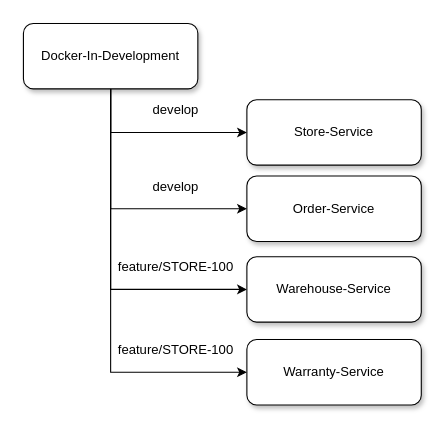
Romanow/docker-in-development keeps this draw.io diagram as images/Git Submodules.drawio. Above is the earlier version. Source tidied: cells renumbered, new cells numbered last; positions are measured from the earlier drawing's top-left corner, leaving out a move shared by most shapes. Both pictures are drawn from the tidied source at 109%, with x=0, y=0 at pixel (23, 23).
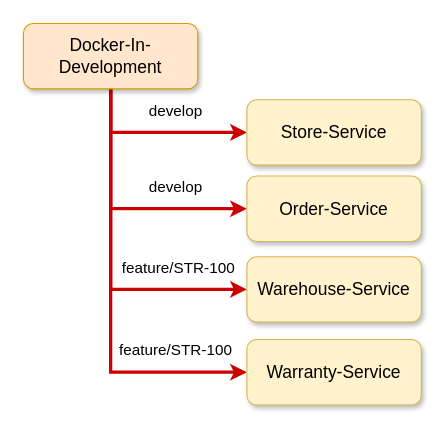
The same page after the edit.

The edit, as a diff of the source:
```diff
@@
-    <mxCell id="2" style="edgeStyle=orthogonalEdgeStyle;rounded=0;jettySize=auto;html=1;entryX=0;entryY=0.5;entryDx=0;entryDy=0;shadow=0;" parent="1" edge="1" source="6" target="7">
+    <mxCell id="2" style="edgeStyle=orthogonalEdgeStyle;rounded=0;jettySize=auto;html=1;entryX=0;entryY=0.5;entryDx=0;entryDy=0;shadow=0;strokeWidth=3;strokeColor=#CC0000;" parent="1" edge="1" source="6" target="7">
       <mxGeometry relative="1" as="geometry">
         <Array as="points">
           <mxPoint x="80" y="100" />
         </Array>
       </mxGeometry>
     </mxCell>
-    <mxCell id="3" style="edgeStyle=orthogonalEdgeStyle;rounded=0;jettySize=auto;html=1;entryX=0;entryY=0.5;entryDx=0;entryDy=0;shadow=0;" parent="1" edge="1" source="6" target="8">
+    <mxCell id="3" style="edgeStyle=orthogonalEdgeStyle;rounded=0;jettySize=auto;html=1;entryX=0;entryY=0.5;entryDx=0;entryDy=0;shadow=0;strokeWidth=3;strokeColor=#CC0000;" parent="1" edge="1" source="6" target="8">
       <mxGeometry relative="1" as="geometry">
         <Array as="points">
           <mxPoint x="80" y="170" />
         </Array>
       </mxGeometry>
     </mxCell>
-    <mxCell id="4" style="edgeStyle=orthogonalEdgeStyle;rounded=0;jettySize=auto;html=1;entryX=0;entryY=0.5;entryDx=0;entryDy=0;shadow=0;" parent="1" edge="1" source="6" target="9">
+    <mxCell id="4" style="edgeStyle=orthogonalEdgeStyle;rounded=0;jettySize=auto;html=1;entryX=0;entryY=0.5;entryDx=0;entryDy=0;shadow=0;strokeWidth=3;strokeColor=#CC0000;" parent="1" edge="1" source="6" target="9">
       <mxGeometry relative="1" as="geometry">
         <Array as="points">
           <mxPoint x="80" y="244" />
         </Array>
       </mxGeometry>
     </mxCell>
-    <mxCell id="5" style="edgeStyle=orthogonalEdgeStyle;rounded=0;jettySize=auto;html=1;entryX=0;entryY=0.5;entryDx=0;entryDy=0;shadow=0;" parent="1" edge="1" source="6" target="10">
+    <mxCell id="5" style="edgeStyle=orthogonalEdgeStyle;rounded=0;jettySize=auto;html=1;entryX=0;entryY=0.5;entryDx=0;entryDy=0;shadow=0;strokeWidth=3;strokeColor=#CC0000;" parent="1" edge="1" source="6" target="10">
       <mxGeometry relative="1" as="geometry">
         <Array as="points">
           <mxPoint x="80" y="320" />
           <mxPoint x="205" y="320" />
         </Array>
       </mxGeometry>
     </mxCell>
-    <mxCell id="6" value="Docker-In-Development" style="rounded=1;whiteSpace=wrap;html=1;shadow=1;" parent="1" vertex="1">
+    <mxCell id="6" value="Docker-In-Development" style="rounded=1;whiteSpace=wrap;html=1;shadow=1;fontSize=16;fillColor=#ffe6cc;strokeColor=#d79b00;" parent="1" vertex="1">
       <mxGeometry width="160" height="60" as="geometry" />
     </mxCell>
-    <mxCell id="7" value="Store-Service" style="rounded=1;whiteSpace=wrap;html=1;shadow=1;" parent="1" vertex="1">
+    <mxCell id="7" value="Store-Service" style="rounded=1;whiteSpace=wrap;html=1;shadow=1;fontSize=16;fillColor=#fff2cc;strokeColor=#d6b656;" parent="1" vertex="1">
       <mxGeometry x="205" y="70" width="160" height="60" as="geometry" />
     </mxCell>
-    <mxCell id="8" value="Order-Service" style="rounded=1;whiteSpace=wrap;html=1;shadow=1;" parent="1" vertex="1">
+    <mxCell id="8" value="Order-Service" style="rounded=1;whiteSpace=wrap;html=1;shadow=1;fontSize=16;fillColor=#fff2cc;strokeColor=#d6b656;" parent="1" vertex="1">
       <mxGeometry x="205" y="140" width="160" height="60" as="geometry" />
     </mxCell>
-    <mxCell id="9" value="Warehouse-Service" style="rounded=1;whiteSpace=wrap;html=1;shadow=1;" parent="1" vertex="1">
+    <mxCell id="9" value="Warehouse-Service" style="rounded=1;whiteSpace=wrap;html=1;shadow=1;fontSize=16;fillColor=#fff2cc;strokeColor=#d6b656;" parent="1" vertex="1">
       <mxGeometry x="205" y="214" width="160" height="60" as="geometry" />
     </mxCell>
-    <mxCell id="10" value="Warranty-Service" style="rounded=1;whiteSpace=wrap;html=1;shadow=1;" parent="1" vertex="1">
+    <mxCell id="10" value="Warranty-Service" style="rounded=1;whiteSpace=wrap;html=1;shadow=1;fontSize=16;fillColor=#fff2cc;strokeColor=#d6b656;" parent="1" vertex="1">
       <mxGeometry x="205" y="290" width="160" height="60" as="geometry" />
     </mxCell>
-    <mxCell id="11" value="develop" style="text;html=1;strokeColor=none;fillColor=none;align=center;verticalAlign=middle;whiteSpace=wrap;rounded=0;shadow=1;" parent="1" vertex="1">
+    <mxCell id="11" value="develop" style="text;html=1;strokeColor=none;fillColor=none;align=center;verticalAlign=middle;whiteSpace=wrap;rounded=0;shadow=1;fontSize=14;" parent="1" vertex="1">
       <mxGeometry x="110" y="70" width="60" height="20" as="geometry" />
     </mxCell>
-    <mxCell id="12" value="develop" style="text;html=1;strokeColor=none;fillColor=none;align=center;verticalAlign=middle;whiteSpace=wrap;rounded=0;shadow=1;" parent="1" vertex="1">
+    <mxCell id="12" value="develop" style="text;html=1;strokeColor=none;fillColor=none;align=center;verticalAlign=middle;whiteSpace=wrap;rounded=0;shadow=1;fontSize=14;" parent="1" vertex="1">
       <mxGeometry x="110" y="140" width="60" height="20" as="geometry" />
     </mxCell>
-    <mxCell id="13" value="feature/STORE-100" style="text;html=1;strokeColor=none;fillColor=none;align=center;verticalAlign=middle;whiteSpace=wrap;rounded=0;shadow=1;" parent="1" vertex="1">
-      <mxGeometry x="85" y="214" width="110" height="20" as="geometry" />
+    <mxCell id="13" value="feature/STR-100" style="text;html=1;strokeColor=none;fillColor=none;align=center;verticalAlign=middle;whiteSpace=wrap;rounded=0;shadow=1;fontSize=14;" parent="1" vertex="1">
+      <mxGeometry x="85" y="214" width="115" height="20" as="geometry" />
     </mxCell>
-    <mxCell id="14" value="feature/STORE-100" style="text;html=1;strokeColor=none;fillColor=none;align=center;verticalAlign=middle;whiteSpace=wrap;rounded=0;shadow=1;" parent="1" vertex="1">
+    <mxCell id="14" value="feature/STR-100" style="text;html=1;strokeColor=none;fillColor=none;align=center;verticalAlign=middle;whiteSpace=wrap;rounded=0;shadow=1;fontSize=14;" parent="1" vertex="1">
       <mxGeometry x="85" y="290" width="110" height="20" as="geometry" />
     </mxCell>
```
